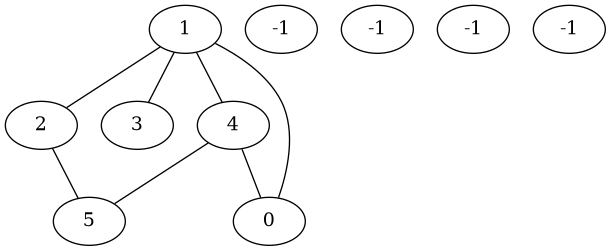
This is saida.dot.png from Luiz-Oliveiraa/projeto_Grafos, a Graphviz export, as it was before one commit. Its source is kept beside it as saida.dot.
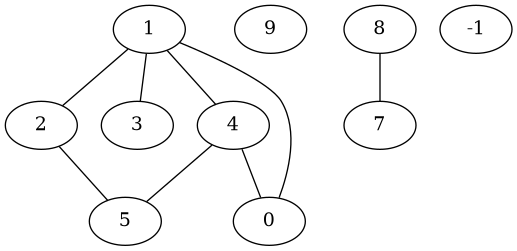
Later version of the same file.

Diff of the diagram source:
```diff
@@ -5,9 +5,9 @@
 	3[label="4"]
 	4[label="5"]
 	5[label="0"]
-	6[label="-1"]
-	7[label="-1"]
-	8[label="-1"]
+	6[label="9"]
+	7[label="8"]
+	8[label="7"]
 	9[label="-1"]
 
 	0 -- 1
@@ -17,6 +17,7 @@
 	1 -- 4
 	3 -- 4
 	3 -- 5
+	7 -- 8
 
 }
 graph grafo{
@@ -28,11 +29,13 @@
 	6[label="6"]
 	7[label="8"]
 	8[label="9"]
-	9[label="-1"]
+	9[label="7"]
+	10[label="-1"]
 
 	1 -- 3
 	1 -- 4
 	3 -- 5
+	7 -- 8
 
 }
 
@@ -46,7 +49,7 @@
 	5[label="6"]
 	6[label="8"]
 	7[label="9"]
-	8[label="-1"]
+	8[label="7"]
 	9[label="-1"]
 
 	0 -- 1
@@ -57,5 +60,6 @@
 	1 -- 3
 	2 -- 4
 	6 -- 7
+	6 -- 8
 
 }
```
